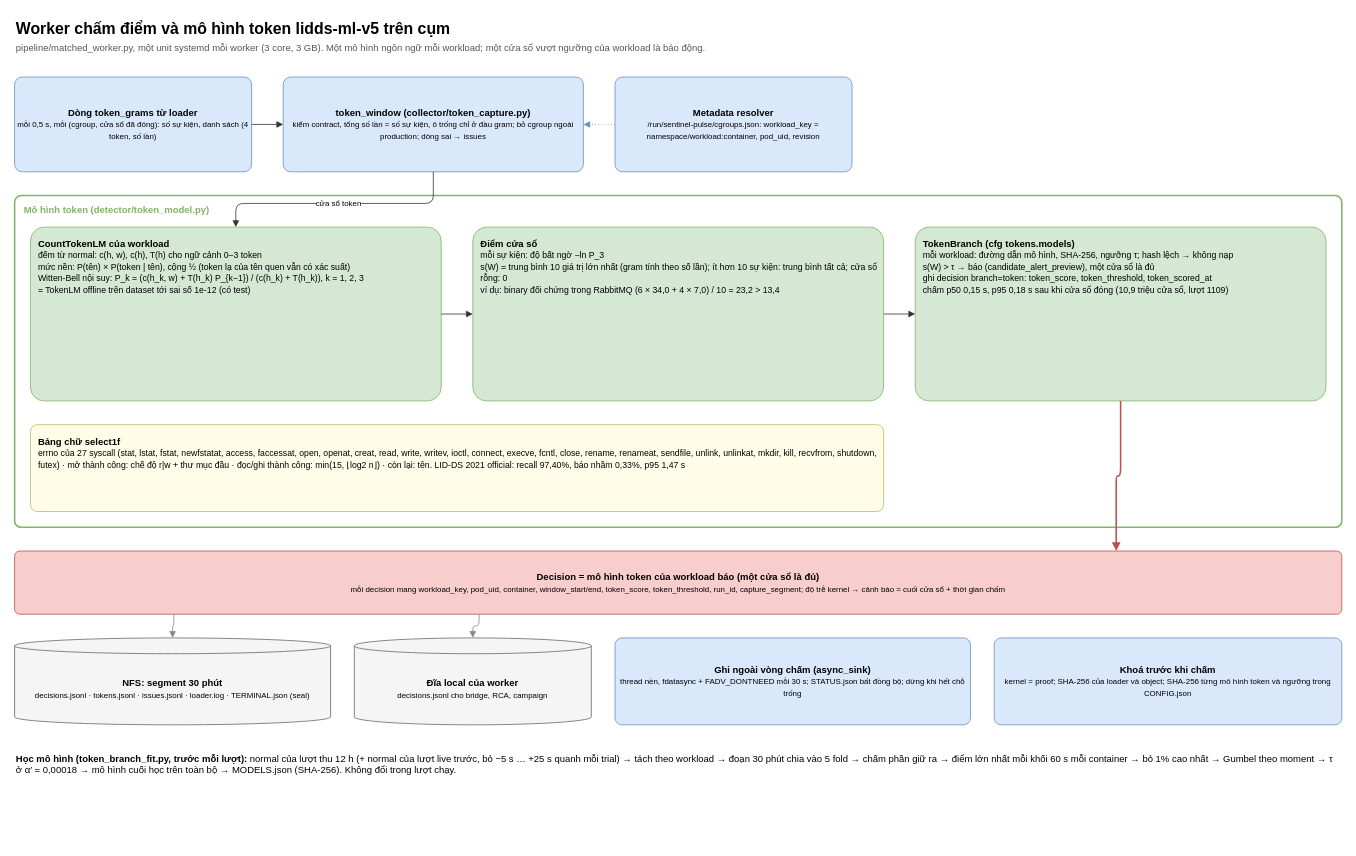
Above: page "3. Worker và mô hình token" (3 of 5) of docs/architecture/sentinel-pulse-architecture.drawio in tndat-dev/eBPF-project (draw.io), before the change. Source tidied: cells renumbered, new cells numbered last; positions are measured from the earlier drawing's top-left corner, leaving out a move shared by most shapes. Both pictures are drawn from the tidied source at 79%, with x=0, y=0 at pixel (14, 13).
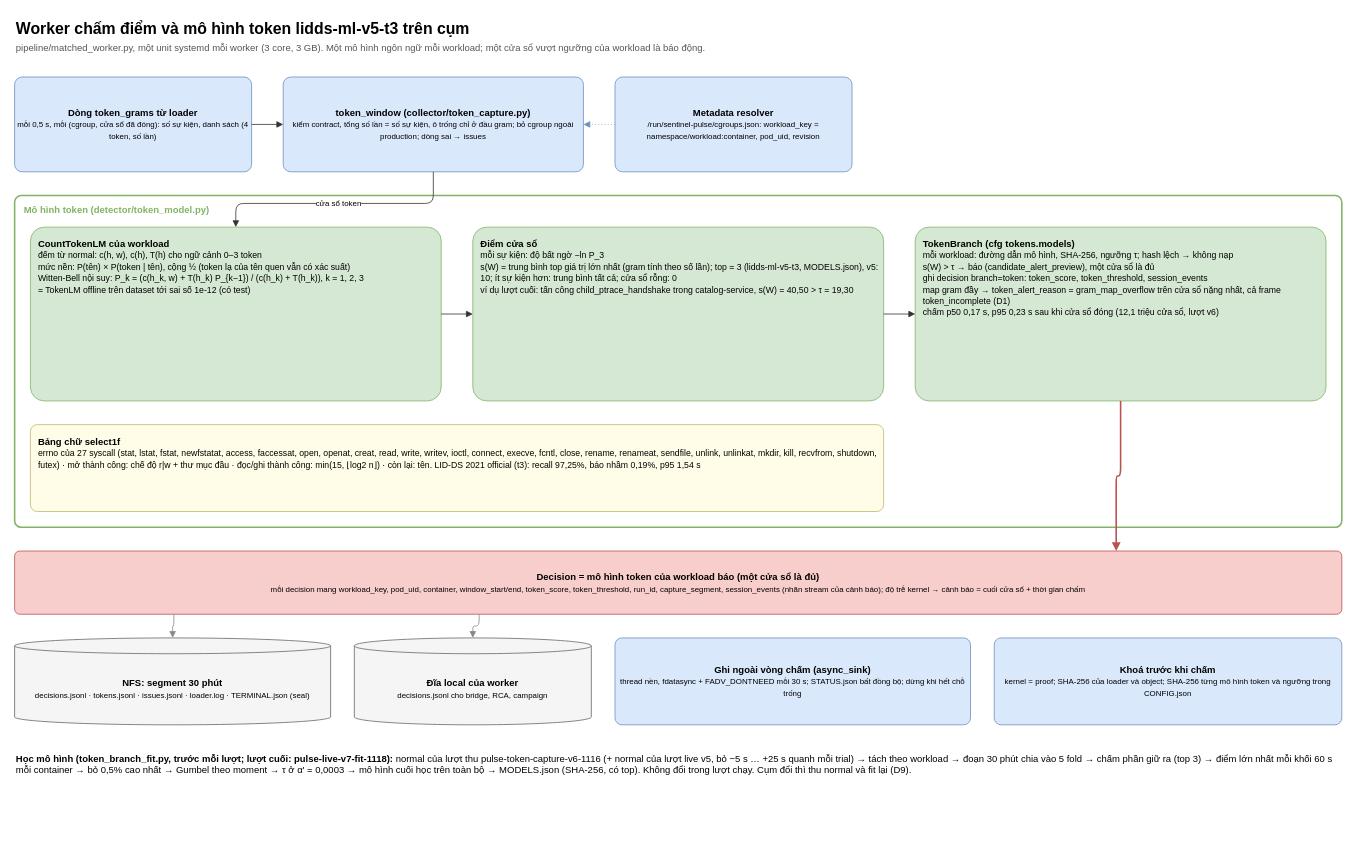
Above is the later version.

What changed in the source:
```diff
@@
-    <mxCell id="2" value="&lt;b&gt;Worker chấm điểm và mô hình token lidds-ml-v5 trên cụm&lt;/b&gt;" style="text;html=1;whiteSpace=wrap;align=left;verticalAlign=top;fontSize=20;" parent="1" vertex="1">
+    <mxCell id="2" value="&lt;b&gt;Worker chấm điểm và mô hình token lidds-ml-v5-t3 trên cụm&lt;/b&gt;" style="text;html=1;whiteSpace=wrap;align=left;verticalAlign=top;fontSize=20;" parent="1" vertex="1">
       <mxGeometry width="1680" height="30" as="geometry" />
     </mxCell>
@@
-    <mxCell id="11" value="&lt;b&gt;Điểm cửa sổ&lt;/b&gt;&lt;br&gt;&lt;font style=&quot;font-size:11px&quot;&gt;mỗi sự kiện: độ bất ngờ −ln P_3&lt;br&gt;s(W) = trung bình 10 giá trị lớn nhất (gram tính theo số lần); ít hơn 10 sự kiện: trung bình tất cả; cửa sổ rỗng: 0&lt;br&gt;ví dụ: binary đối chứng trong RabbitMQ (6 × 34,0 + 4 × 7,0) / 10 = 23,2 &amp;gt; 13,4&lt;/font&gt;" style="rounded=1;whiteSpace=wrap;html=1;fillColor=#D5E8D4;strokeColor=#82B366;arcSize=8;fontSize=12;align=left;spacing=4;verticalAlign=top;spacingTop=6;spacingLeft=6;" parent="1" vertex="1">
+    <mxCell id="11" value="&lt;b&gt;Điểm cửa sổ&lt;/b&gt;&lt;br&gt;&lt;font style=&quot;font-size:11px&quot;&gt;mỗi sự kiện: độ bất ngờ −ln P_3&lt;br&gt;s(W) = trung bình top giá trị lớn nhất (gram tính theo số lần); top = 3 (lidds-ml-v5-t3, MODELS.json), v5: 10; ít sự kiện hơn: trung bình tất cả; cửa sổ rỗng: 0&lt;br&gt;ví dụ lượt cuối: tấn công child_ptrace_handshake trong catalog-service, s(W) = 40,50 &amp;gt; τ = 19,30&lt;/font&gt;" style="rounded=1;whiteSpace=wrap;html=1;fillColor=#D5E8D4;strokeColor=#82B366;arcSize=8;fontSize=12;align=left;spacing=4;verticalAlign=top;spacingTop=6;spacingLeft=6;" parent="1" vertex="1">
       <mxGeometry x="580" y="270" width="520" height="220" as="geometry" />
     </mxCell>
-    <mxCell id="12" value="&lt;b&gt;TokenBranch (cfg tokens.models)&lt;/b&gt;&lt;br&gt;&lt;font style=&quot;font-size:11px&quot;&gt;mỗi workload: đường dẫn mô hình, SHA-256, ngưỡng τ; hash lệch → không nạp&lt;br&gt;s(W) &amp;gt; τ → báo (candidate_alert_preview), một cửa sổ là đủ&lt;br&gt;ghi decision branch=token: token_score, token_threshold, token_scored_at&lt;br&gt;chấm p50 0,15 s, p95 0,18 s sau khi cửa sổ đóng (10,9 triệu cửa sổ, lượt 1109)&lt;/font&gt;" style="rounded=1;whiteSpace=wrap;html=1;fillColor=#D5E8D4;strokeColor=#82B366;arcSize=8;fontSize=12;align=left;spacing=4;verticalAlign=top;spacingTop=6;spacingLeft=6;" parent="1" vertex="1">
+    <mxCell id="12" value="&lt;b&gt;TokenBranch (cfg tokens.models)&lt;/b&gt;&lt;br&gt;&lt;font style=&quot;font-size:11px&quot;&gt;mỗi workload: đường dẫn mô hình, SHA-256, ngưỡng τ; hash lệch → không nạp&lt;br&gt;s(W) &amp;gt; τ → báo (candidate_alert_preview), một cửa sổ là đủ&lt;br&gt;ghi decision branch=token: token_score, token_threshold, session_events&lt;br&gt;map gram đầy → token_alert_reason = gram_map_overflow trên cửa sổ nặng nhất, cả frame token_incomplete (D1)&lt;br&gt;chấm p50 0,17 s, p95 0,23 s sau khi cửa sổ đóng (12,1 triệu cửa sổ, lượt v6)&lt;/font&gt;" style="rounded=1;whiteSpace=wrap;html=1;fillColor=#D5E8D4;strokeColor=#82B366;arcSize=8;fontSize=12;align=left;spacing=4;verticalAlign=top;spacingTop=6;spacingLeft=6;" parent="1" vertex="1">
       <mxGeometry x="1140" y="270" width="520" height="220" as="geometry" />
     </mxCell>
-    <mxCell id="13" value="&lt;b&gt;Bảng chữ select1f&lt;/b&gt;&lt;br&gt;&lt;font style=&quot;font-size:11px&quot;&gt;errno của 27 syscall (stat, lstat, fstat, newfstatat, access, faccessat, open, openat, creat, read, write, writev, ioctl, connect, execve, fcntl, close, rename, renameat, sendfile, unlink, unlinkat, mkdir, kill, recvfrom, shutdown, futex) · mở thành công: chế độ r|w + thư mục đầu · đọc/ghi thành công: min(15, ⌊log2 n⌋) · còn lại: tên. LID-DS 2021 official: recall 97,40%, báo nhầm 0,33%, p95 1,47 s&lt;/font&gt;" style="rounded=1;whiteSpace=wrap;html=1;fillColor=#FFFDE7;strokeColor=#BDB76B;arcSize=8;fontSize=12;align=left;spacing=4;verticalAlign=top;spacingTop=6;spacingLeft=6;" parent="1" vertex="1">
+    <mxCell id="13" value="&lt;b&gt;Bảng chữ select1f&lt;/b&gt;&lt;br&gt;&lt;font style=&quot;font-size:11px&quot;&gt;errno của 27 syscall (stat, lstat, fstat, newfstatat, access, faccessat, open, openat, creat, read, write, writev, ioctl, connect, execve, fcntl, close, rename, renameat, sendfile, unlink, unlinkat, mkdir, kill, recvfrom, shutdown, futex) · mở thành công: chế độ r|w + thư mục đầu · đọc/ghi thành công: min(15, ⌊log2 n⌋) · còn lại: tên. LID-DS 2021 official (t3): recall 97,25%, báo nhầm 0,19%, p95 1,54 s&lt;/font&gt;" style="rounded=1;whiteSpace=wrap;html=1;fillColor=#FFFDE7;strokeColor=#BDB76B;arcSize=8;fontSize=12;align=left;spacing=4;verticalAlign=top;spacingTop=6;spacingLeft=6;" parent="1" vertex="1">
       <mxGeometry x="20" y="520" width="1080" height="110" as="geometry" />
     </mxCell>
@@
-    <mxCell id="17" value="&lt;b&gt;Decision = mô hình token của workload báo (một cửa sổ là đủ)&lt;/b&gt;&lt;br&gt;&lt;font style=&quot;font-size:10px&quot;&gt;mỗi decision mang workload_key, pod_uid, container, window_start/end, token_score, token_threshold, run_id, capture_segment; độ trễ kernel → cảnh báo = cuối cửa sổ + thời gian chấm&lt;/font&gt;" style="rounded=1;whiteSpace=wrap;html=1;fillColor=#F8CECC;strokeColor=#B85450;arcSize=8;fontSize=12;align=center;spacing=4;" parent="1" vertex="1">
+    <mxCell id="17" value="&lt;b&gt;Decision = mô hình token của workload báo (một cửa sổ là đủ)&lt;/b&gt;&lt;br&gt;&lt;font style=&quot;font-size:10px&quot;&gt;mỗi decision mang workload_key, pod_uid, container, window_start/end, token_score, token_threshold, run_id, capture_segment, session_events (nhãn stream của cảnh báo); độ trễ kernel → cảnh báo = cuối cửa sổ + thời gian chấm&lt;/font&gt;" style="rounded=1;whiteSpace=wrap;html=1;fillColor=#F8CECC;strokeColor=#B85450;arcSize=8;fontSize=12;align=center;spacing=4;" parent="1" vertex="1">
       <mxGeometry y="680" width="1680" height="80" as="geometry" />
     </mxCell>
@@
-    <mxCell id="25" value="&lt;b&gt;Học mô hình (token_branch_fit.py, trước mỗi lượt):&lt;/b&gt; normal của lượt thu 12 h (+ normal của lượt live trước, bỏ −5 s … +25 s quanh mỗi trial) → tách theo workload → đoạn 30 phút chia vào 5 fold → chấm phần giữ ra → điểm lớn nhất mỗi khối 60 s mỗi container → bỏ 1% cao nhất → Gumbel theo moment → τ ở α′ = 0,00018 → mô hình cuối học trên toàn bộ → MODELS.json (SHA-256). Không đổi trong lượt chạy." style="text;html=1;whiteSpace=wrap;align=left;verticalAlign=top;fontSize=12;" parent="1" vertex="1">
+    <mxCell id="25" value="&lt;b&gt;Học mô hình (token_branch_fit.py, trước mỗi lượt; lượt cuối: pulse-live-v7-fit-1118):&lt;/b&gt; normal của lượt thu pulse-token-capture-v6-1116 (+ normal của lượt live v5, bỏ −5 s … +25 s quanh mỗi trial) → tách theo workload → đoạn 30 phút chia vào 5 fold → chấm phần giữ ra (top 3) → điểm lớn nhất mỗi khối 60 s mỗi container → bỏ 0,5% cao nhất → Gumbel theo moment → τ ở α′ = 0,0003 → mô hình cuối học trên toàn bộ → MODELS.json (SHA-256, có top). Không đổi trong lượt chạy. Cụm đổi thì thu normal và fit lại (D9)." style="text;html=1;whiteSpace=wrap;align=left;verticalAlign=top;fontSize=12;" parent="1" vertex="1">
       <mxGeometry y="930" width="1680" height="120" as="geometry" />
     </mxCell>
```
